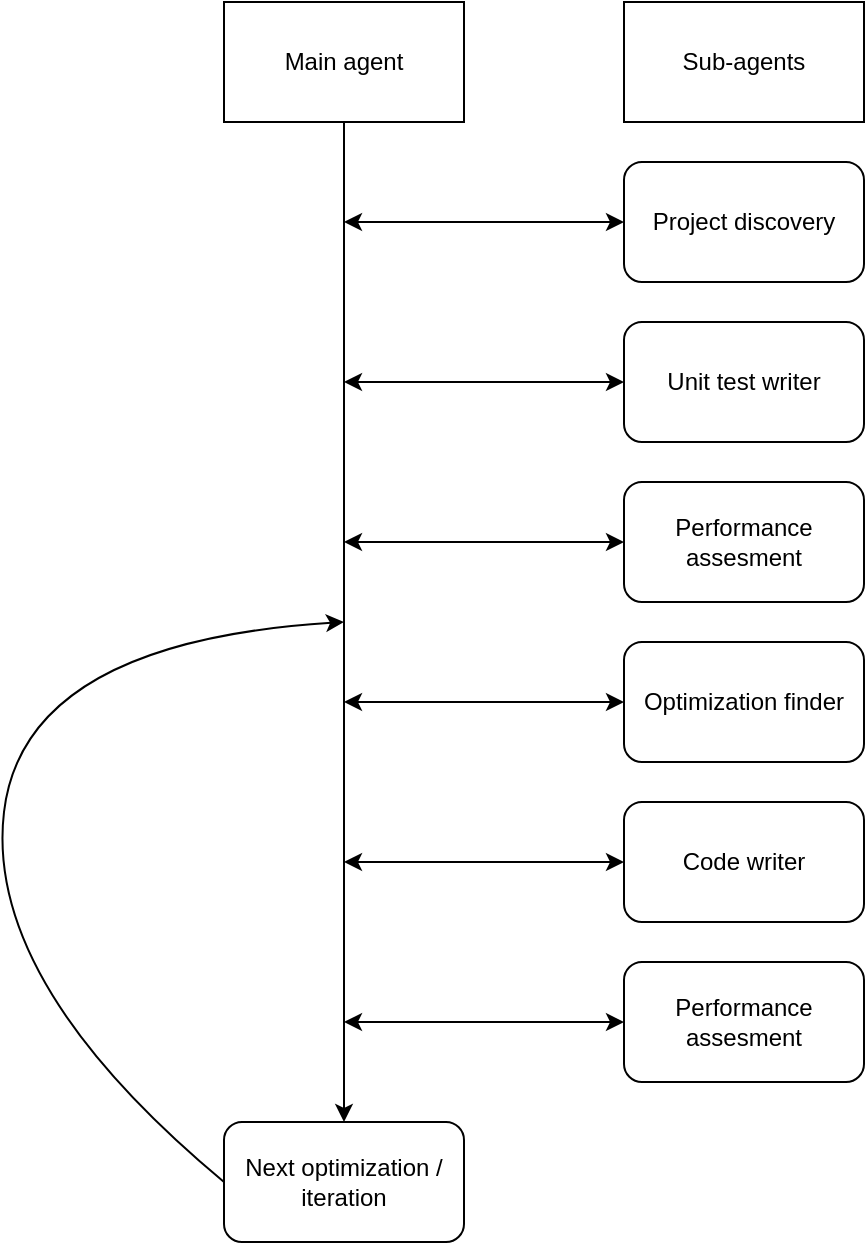
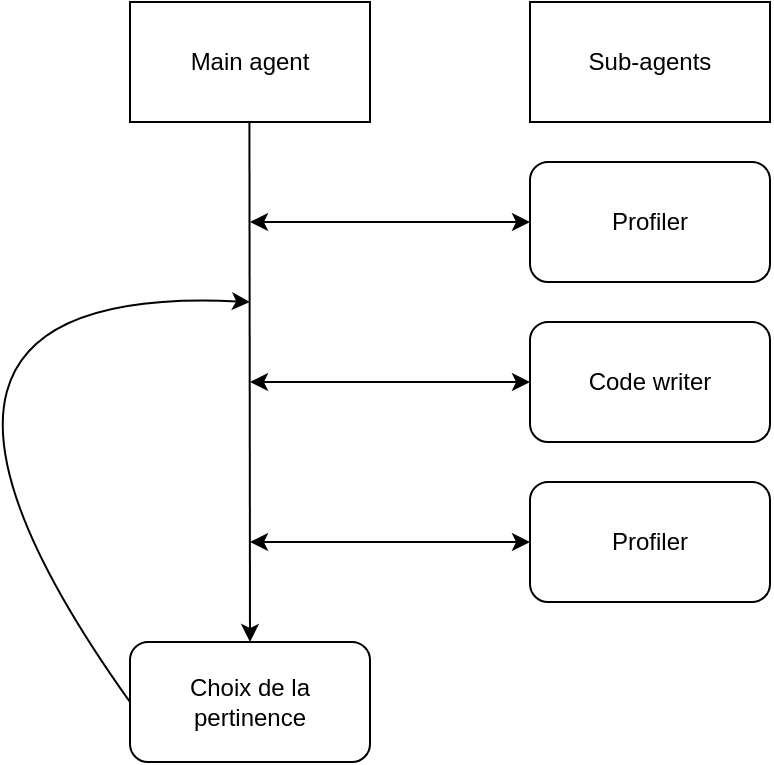
<mxfile host="app.diagrams.net">
  <diagram name="Page-1" id="o5DUhlzM2kmHFlUL5d0k">
-     <mxGraphModel dx="869" dy="789" grid="1" gridSize="10" guides="1" tooltips="1" connect="1" arrows="1" fold="1" page="1" pageScale="1" pageWidth="850" pageHeight="1100" math="0" shadow="0">
+     <mxGraphModel dx="1033" dy="695" grid="1" gridSize="10" guides="1" tooltips="1" connect="1" arrows="1" fold="1" page="1" pageScale="1" pageWidth="850" pageHeight="1100" math="0" shadow="0">
      <root>
        <mxCell id="0" />
        <mxCell id="1" parent="0" />
        <mxCell id="wYyCz7o9_UVhu2qTRA5m-1" parent="1" style="whiteSpace=wrap;html=1;" value="Main agent" vertex="1">
          <mxGeometry height="60" width="120" x="120" y="40" as="geometry" />
        </mxCell>
-         <mxCell id="wYyCz7o9_UVhu2qTRA5m-2" edge="1" parent="1" source="wYyCz7o9_UVhu2qTRA5m-1" style="endArrow=classic;html=1;rounded=0;exitX=0.5;exitY=1;exitDx=0;exitDy=0;entryX=0.5;entryY=0;entryDx=0;entryDy=0;" target="wYyCz7o9_UVhu2qTRA5m-15" value="">
-           <mxGeometry height="50" relative="1" width="50" as="geometry">
-             <mxPoint x="400" y="400" as="sourcePoint" />
-             <mxPoint x="180" y="440" as="targetPoint" />
-           </mxGeometry>
-         </mxCell>
        <mxCell id="wYyCz7o9_UVhu2qTRA5m-4" parent="1" style="whiteSpace=wrap;html=1;" value="Sub-agents" vertex="1">
          <mxGeometry height="60" width="120" x="320" y="40" as="geometry" />
        </mxCell>
-         <mxCell id="wYyCz7o9_UVhu2qTRA5m-6" parent="1" style="rounded=1;whiteSpace=wrap;html=1;" value="Project discovery" vertex="1">
-           <mxGeometry height="60" width="120" x="320" y="120" as="geometry" />
+         <mxCell id="wYyCz7o9_UVhu2qTRA5m-9" parent="1" style="rounded=1;whiteSpace=wrap;html=1;" value="Code writer" vertex="1">
+           <mxGeometry height="60" width="120" x="320" y="200" as="geometry" />
        </mxCell>
-         <mxCell id="wYyCz7o9_UVhu2qTRA5m-7" edge="1" parent="1" style="endArrow=classic;html=1;rounded=0;entryX=0;entryY=0.5;entryDx=0;entryDy=0;startArrow=classic;startFill=1;" target="wYyCz7o9_UVhu2qTRA5m-6" value="">
+         <mxCell id="wYyCz7o9_UVhu2qTRA5m-11" edge="1" parent="1" style="endArrow=classic;startArrow=classic;html=1;rounded=0;entryX=0;entryY=0.5;entryDx=0;entryDy=0;" target="wYyCz7o9_UVhu2qTRA5m-9" value="">
          <mxGeometry height="50" relative="1" width="50" as="geometry">
-             <mxPoint x="180" y="150" as="sourcePoint" />
-             <mxPoint x="450" y="310" as="targetPoint" />
-           </mxGeometry>
-         </mxCell>
-         <mxCell id="wYyCz7o9_UVhu2qTRA5m-8" parent="1" style="rounded=1;whiteSpace=wrap;html=1;" value="Optimization finder" vertex="1">
-           <mxGeometry height="60" width="120" x="320" y="360" as="geometry" />
-         </mxCell>
-         <mxCell id="wYyCz7o9_UVhu2qTRA5m-9" parent="1" style="rounded=1;whiteSpace=wrap;html=1;" value="Code writer" vertex="1">
-           <mxGeometry height="60" width="120" x="320" y="440" as="geometry" />
-         </mxCell>
-         <mxCell id="wYyCz7o9_UVhu2qTRA5m-10" edge="1" parent="1" style="endArrow=classic;startArrow=classic;html=1;rounded=0;entryX=0;entryY=0.5;entryDx=0;entryDy=0;" target="wYyCz7o9_UVhu2qTRA5m-8" value="">
-           <mxGeometry height="50" relative="1" width="50" as="geometry">
-             <mxPoint x="180" y="390" as="sourcePoint" />
+             <mxPoint x="180" y="230" as="sourcePoint" />
            <mxPoint x="450" y="510" as="targetPoint" />
          </mxGeometry>
        </mxCell>
-         <mxCell id="wYyCz7o9_UVhu2qTRA5m-11" edge="1" parent="1" style="endArrow=classic;startArrow=classic;html=1;rounded=0;entryX=0;entryY=0.5;entryDx=0;entryDy=0;" target="wYyCz7o9_UVhu2qTRA5m-9" value="">
-           <mxGeometry height="50" relative="1" width="50" as="geometry">
-             <mxPoint x="180" y="470" as="sourcePoint" />
-             <mxPoint x="450" y="510" as="targetPoint" />
-           </mxGeometry>
-         </mxCell>
-         <mxCell id="wYyCz7o9_UVhu2qTRA5m-12" parent="1" style="rounded=1;whiteSpace=wrap;html=1;" value="Performance assesment" vertex="1">
-           <mxGeometry height="60" width="120" x="320" y="520" as="geometry" />
+         <mxCell id="wYyCz7o9_UVhu2qTRA5m-12" parent="1" style="rounded=1;whiteSpace=wrap;html=1;" value="Profiler" vertex="1">
+           <mxGeometry height="60" width="120" x="320" y="120" as="geometry" />
        </mxCell>
        <mxCell id="wYyCz7o9_UVhu2qTRA5m-13" edge="1" parent="1" source="wYyCz7o9_UVhu2qTRA5m-12" style="endArrow=classic;startArrow=classic;html=1;rounded=0;exitX=0;exitY=0.5;exitDx=0;exitDy=0;" value="">
          <mxGeometry height="50" relative="1" width="50" as="geometry">
            <mxPoint x="400" y="560" as="sourcePoint" />
-             <mxPoint x="180" y="550" as="targetPoint" />
+             <mxPoint x="180" y="150" as="targetPoint" />
          </mxGeometry>
        </mxCell>
-         <mxCell id="wYyCz7o9_UVhu2qTRA5m-15" parent="1" style="rounded=1;whiteSpace=wrap;html=1;" value="Next optimization / iteration" vertex="1">
-           <mxGeometry height="60" width="120" x="120" y="600" as="geometry" />
+         <mxCell id="8kVGErEl8jeTXv-7aQu6-1" edge="1" parent="1" style="endArrow=classic;html=1;rounded=0;exitX=0.5;exitY=1;exitDx=0;exitDy=0;entryX=0.5;entryY=0;entryDx=0;entryDy=0;" target="8kVGErEl8jeTXv-7aQu6-2" value="">
+           <mxGeometry height="50" relative="1" width="50" as="geometry">
+             <mxPoint x="179.71" y="100" as="sourcePoint" />
+             <mxPoint x="180" y="250" as="targetPoint" />
+           </mxGeometry>
        </mxCell>
-         <mxCell id="wYyCz7o9_UVhu2qTRA5m-16" edge="1" parent="1" source="wYyCz7o9_UVhu2qTRA5m-15" style="curved=1;endArrow=classic;html=1;rounded=0;exitX=0;exitY=0.5;exitDx=0;exitDy=0;" value="">
+         <mxCell id="8kVGErEl8jeTXv-7aQu6-2" parent="1" style="rounded=1;whiteSpace=wrap;html=1;" value="Choix de la pertinence" vertex="1">
+           <mxGeometry height="60" width="120" x="120" y="360" as="geometry" />
+         </mxCell>
+         <mxCell id="8kVGErEl8jeTXv-7aQu6-4" parent="1" style="rounded=1;whiteSpace=wrap;html=1;" value="Profiler" vertex="1">
+           <mxGeometry height="60" width="120" x="320" y="280" as="geometry" />
+         </mxCell>
+         <mxCell id="8kVGErEl8jeTXv-7aQu6-5" edge="1" parent="1" style="endArrow=classic;startArrow=classic;html=1;rounded=0;entryX=0;entryY=0.5;entryDx=0;entryDy=0;" target="8kVGErEl8jeTXv-7aQu6-4" value="">
+           <mxGeometry height="50" relative="1" width="50" as="geometry">
+             <mxPoint x="180" y="310" as="sourcePoint" />
+             <mxPoint x="230" y="290" as="targetPoint" />
+           </mxGeometry>
+         </mxCell>
+         <mxCell id="8kVGErEl8jeTXv-7aQu6-6" edge="1" parent="1" source="8kVGErEl8jeTXv-7aQu6-2" style="endArrow=classic;html=1;rounded=0;exitX=0;exitY=0.5;exitDx=0;exitDy=0;curved=1;" value="">
          <mxGeometry height="50" relative="1" width="50" as="geometry">
            <Array as="points">
-               <mxPoint y="530" />
-               <mxPoint x="20" y="360" />
+               <mxPoint x="-30" y="180" />
            </Array>
-             <mxPoint x="60" y="430" as="sourcePoint" />
-             <mxPoint x="180" y="350" as="targetPoint" />
-           </mxGeometry>
-         </mxCell>
-         <mxCell id="wYyCz7o9_UVhu2qTRA5m-17" parent="1" style="rounded=1;whiteSpace=wrap;html=1;" value="Unit test writer" vertex="1">
-           <mxGeometry height="60" width="120" x="320" y="200" as="geometry" />
-         </mxCell>
-         <mxCell id="wYyCz7o9_UVhu2qTRA5m-18" edge="1" parent="1" style="endArrow=classic;startArrow=classic;html=1;rounded=0;entryX=0;entryY=0.5;entryDx=0;entryDy=0;" target="wYyCz7o9_UVhu2qTRA5m-17" value="">
-           <mxGeometry height="50" relative="1" width="50" as="geometry">
-             <mxPoint x="180" y="230" as="sourcePoint" />
-             <mxPoint x="450" y="350" as="targetPoint" />
-           </mxGeometry>
-         </mxCell>
-         <mxCell id="wYyCz7o9_UVhu2qTRA5m-19" parent="1" style="rounded=1;whiteSpace=wrap;html=1;" value="Performance assesment" vertex="1">
-           <mxGeometry height="60" width="120" x="320" y="280" as="geometry" />
-         </mxCell>
-         <mxCell id="wYyCz7o9_UVhu2qTRA5m-20" edge="1" parent="1" source="wYyCz7o9_UVhu2qTRA5m-19" style="endArrow=classic;startArrow=classic;html=1;rounded=0;exitX=0;exitY=0.5;exitDx=0;exitDy=0;" value="">
-           <mxGeometry height="50" relative="1" width="50" as="geometry">
-             <mxPoint x="400" y="320" as="sourcePoint" />
-             <mxPoint x="180" y="310" as="targetPoint" />
+             <mxPoint x="190" y="320" as="sourcePoint" />
+             <mxPoint x="180" y="190" as="targetPoint" />
          </mxGeometry>
        </mxCell>
      </root>
    </mxGraphModel>
  </diagram>
</mxfile>
